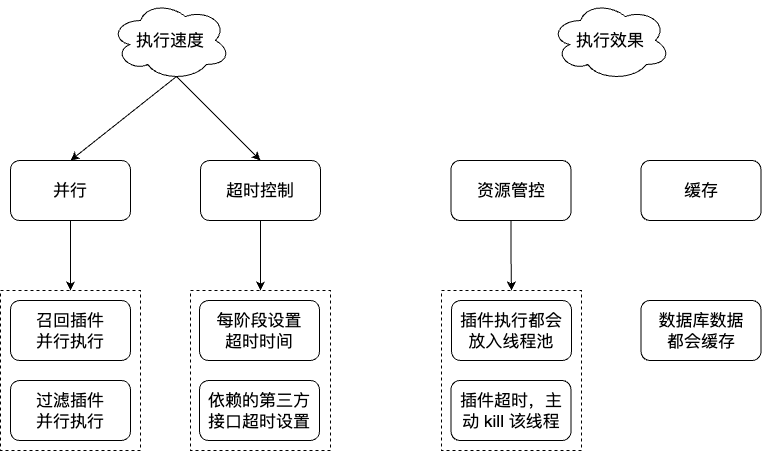
Earlier version of the draw.io export 推荐逻辑之性能控制.png (liujunao/draw-data). Source tidied: cells renumbered, new cells last; positions are measured from the earlier drawing's top-left corner, leaving out a move shared by most shapes. Its diagram source:
```xml
<mxGraphModel>
  <root>
    <mxCell id="0" />
    <mxCell id="1" parent="0" />
    <mxCell id="2" style="rounded=0;whiteSpace=wrap;html=1;dashed=1;" parent="1" vertex="1">
      <mxGeometry x="441" y="290" width="140" height="160" as="geometry" />
    </mxCell>
    <mxCell id="3" style="rounded=0;whiteSpace=wrap;html=1;dashed=1;" parent="1" vertex="1">
      <mxGeometry x="190" y="290" width="140" height="160" as="geometry" />
    </mxCell>
    <mxCell id="4" style="rounded=0;whiteSpace=wrap;html=1;dashed=1;" parent="1" vertex="1">
      <mxGeometry y="290" width="140" height="160" as="geometry" />
    </mxCell>
    <mxCell id="5" style="edgeStyle=orthogonalEdgeStyle;rounded=0;jettySize=auto;html=1;exitX=0.5;exitY=1;exitDx=0;exitDy=0;entryX=0.5;entryY=0;entryDx=0;entryDy=0;" parent="1" edge="1" source="6" target="4">
      <mxGeometry relative="1" as="geometry" />
    </mxCell>
    <mxCell id="6" value="&lt;font size=&quot;3&quot;&gt;并行&lt;/font&gt;" style="rounded=1;whiteSpace=wrap;html=1;" parent="1" vertex="1">
      <mxGeometry x="10" y="160" width="120" height="60" as="geometry" />
    </mxCell>
    <mxCell id="7" style="edgeStyle=orthogonalEdgeStyle;rounded=0;jettySize=auto;html=1;exitX=0.5;exitY=1;exitDx=0;exitDy=0;entryX=0.5;entryY=0;entryDx=0;entryDy=0;" parent="1" edge="1" source="8" target="3">
      <mxGeometry relative="1" as="geometry" />
    </mxCell>
    <mxCell id="8" value="&lt;font size=&quot;3&quot;&gt;超时控制&lt;/font&gt;" style="rounded=1;whiteSpace=wrap;html=1;" parent="1" vertex="1">
      <mxGeometry x="200" y="160" width="120" height="60" as="geometry" />
    </mxCell>
    <mxCell id="9" style="edgeStyle=orthogonalEdgeStyle;rounded=0;jettySize=auto;html=1;exitX=0.5;exitY=1;exitDx=0;exitDy=0;entryX=0.5;entryY=0;entryDx=0;entryDy=0;" parent="1" edge="1" source="10" target="2">
      <mxGeometry relative="1" as="geometry" />
    </mxCell>
    <mxCell id="10" value="&lt;font size=&quot;3&quot;&gt;资源管控&lt;/font&gt;" style="rounded=1;whiteSpace=wrap;html=1;" parent="1" vertex="1">
      <mxGeometry x="450.5" y="160" width="120" height="60" as="geometry" />
    </mxCell>
    <mxCell id="11" value="&lt;font size=&quot;3&quot;&gt;召回插件&lt;br&gt;并行执行&lt;/font&gt;" style="rounded=1;whiteSpace=wrap;html=1;" parent="1" vertex="1">
      <mxGeometry x="10" y="300" width="120" height="60" as="geometry" />
    </mxCell>
    <mxCell id="12" value="&lt;font size=&quot;3&quot;&gt;过滤插件&lt;br&gt;并行执行&lt;/font&gt;" style="rounded=1;whiteSpace=wrap;html=1;" parent="1" vertex="1">
      <mxGeometry x="10" y="380" width="120" height="60" as="geometry" />
    </mxCell>
    <mxCell id="13" value="&lt;font size=&quot;3&quot;&gt;每阶段设置&lt;br&gt;超时时间&lt;/font&gt;" style="rounded=1;whiteSpace=wrap;html=1;" parent="1" vertex="1">
      <mxGeometry x="199" y="300" width="120" height="60" as="geometry" />
    </mxCell>
    <mxCell id="14" value="&lt;font size=&quot;3&quot;&gt;缓存&lt;/font&gt;" style="rounded=1;whiteSpace=wrap;html=1;" parent="1" vertex="1">
      <mxGeometry x="640.5" y="160" width="120" height="60" as="geometry" />
    </mxCell>
    <mxCell id="15" value="&lt;font size=&quot;3&quot;&gt;数据库数据&lt;br&gt;都会缓存&lt;/font&gt;" style="rounded=1;whiteSpace=wrap;html=1;" parent="1" vertex="1">
      <mxGeometry x="640.5" y="300" width="120" height="60" as="geometry" />
    </mxCell>
    <mxCell id="16" style="rounded=0;jettySize=auto;html=1;exitX=0.55;exitY=0.95;exitDx=0;exitDy=0;exitPerimeter=0;entryX=0.5;entryY=0;entryDx=0;entryDy=0;" parent="1" edge="1" source="18" target="6">
      <mxGeometry relative="1" as="geometry" />
    </mxCell>
    <mxCell id="17" style="rounded=0;jettySize=auto;html=1;exitX=0.55;exitY=0.95;exitDx=0;exitDy=0;exitPerimeter=0;entryX=0.5;entryY=0;entryDx=0;entryDy=0;" parent="1" edge="1" source="18" target="8">
      <mxGeometry relative="1" as="geometry" />
    </mxCell>
    <mxCell id="18" value="&lt;font size=&quot;3&quot;&gt;执行速度&lt;/font&gt;" style="ellipse;shape=cloud;whiteSpace=wrap;html=1;" parent="1" vertex="1">
      <mxGeometry x="110" width="120" height="80" as="geometry" />
    </mxCell>
    <mxCell id="19" value="&lt;font size=&quot;3&quot;&gt;依赖的第三方接口超时设置&lt;/font&gt;" style="rounded=1;whiteSpace=wrap;html=1;" parent="1" vertex="1">
      <mxGeometry x="199" y="380" width="120" height="60" as="geometry" />
    </mxCell>
    <mxCell id="20" value="&lt;font size=&quot;3&quot;&gt;执行效果&lt;/font&gt;" style="ellipse;shape=cloud;whiteSpace=wrap;html=1;" parent="1" vertex="1">
      <mxGeometry x="550" width="120" height="80" as="geometry" />
    </mxCell>
    <mxCell id="21" value="&lt;font size=&quot;3&quot;&gt;插件执行都会放入线程池&lt;/font&gt;" style="rounded=1;whiteSpace=wrap;html=1;" parent="1" vertex="1">
      <mxGeometry x="451" y="300" width="120" height="60" as="geometry" />
    </mxCell>
    <mxCell id="22" value="&lt;font size=&quot;3&quot;&gt;插件超时，主动 kill 该线程&lt;/font&gt;" style="rounded=1;whiteSpace=wrap;html=1;" parent="1" vertex="1">
      <mxGeometry x="450.5" y="380" width="120" height="60" as="geometry" />
    </mxCell>
  </root>
</mxGraphModel>
```
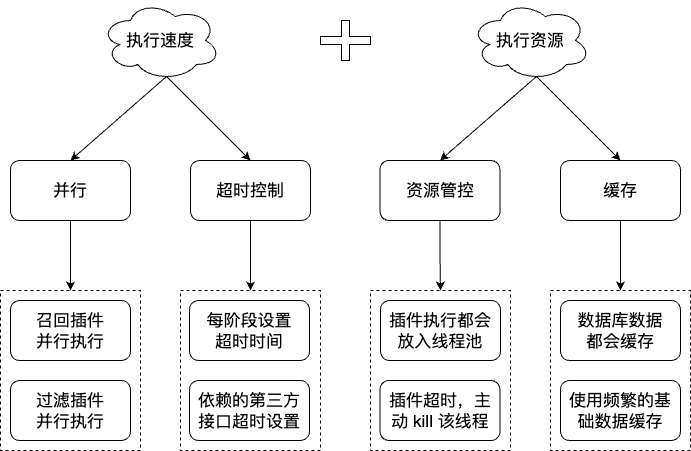
After the commit.

Commit message:
更新推荐逻辑之性能控制.png

Change to the diagram source:
```diff
@@ -2,47 +2,53 @@
   <root>
     <mxCell id="0" />
     <mxCell id="1" parent="0" />
+    <mxCell id="23" style="rounded=0;whiteSpace=wrap;html=1;dashed=1;" parent="1" vertex="1">
+      <mxGeometry x="540" y="290" width="140" height="160" as="geometry" />
+    </mxCell>
     <mxCell id="2" style="rounded=0;whiteSpace=wrap;html=1;dashed=1;" parent="1" vertex="1">
-      <mxGeometry x="441" y="290" width="140" height="160" as="geometry" />
+      <mxGeometry x="360" y="290" width="140" height="160" as="geometry" />
     </mxCell>
     <mxCell id="3" style="rounded=0;whiteSpace=wrap;html=1;dashed=1;" parent="1" vertex="1">
-      <mxGeometry x="190" y="290" width="140" height="160" as="geometry" />
+      <mxGeometry x="170" y="290" width="140" height="160" as="geometry" />
     </mxCell>
     <mxCell id="4" style="rounded=0;whiteSpace=wrap;html=1;dashed=1;" parent="1" vertex="1">
-      <mxGeometry y="290" width="140" height="160" as="geometry" />
+      <mxGeometry x="-10" y="290" width="140" height="160" as="geometry" />
     </mxCell>
     <mxCell id="5" style="edgeStyle=orthogonalEdgeStyle;rounded=0;jettySize=auto;html=1;exitX=0.5;exitY=1;exitDx=0;exitDy=0;entryX=0.5;entryY=0;entryDx=0;entryDy=0;" parent="1" edge="1" source="6" target="4">
       <mxGeometry relative="1" as="geometry" />
     </mxCell>
     <mxCell id="6" value="&lt;font size=&quot;3&quot;&gt;并行&lt;/font&gt;" style="rounded=1;whiteSpace=wrap;html=1;" parent="1" vertex="1">
-      <mxGeometry x="10" y="160" width="120" height="60" as="geometry" />
+      <mxGeometry y="160" width="120" height="60" as="geometry" />
     </mxCell>
     <mxCell id="7" style="edgeStyle=orthogonalEdgeStyle;rounded=0;jettySize=auto;html=1;exitX=0.5;exitY=1;exitDx=0;exitDy=0;entryX=0.5;entryY=0;entryDx=0;entryDy=0;" parent="1" edge="1" source="8" target="3">
       <mxGeometry relative="1" as="geometry" />
     </mxCell>
     <mxCell id="8" value="&lt;font size=&quot;3&quot;&gt;超时控制&lt;/font&gt;" style="rounded=1;whiteSpace=wrap;html=1;" parent="1" vertex="1">
-      <mxGeometry x="200" y="160" width="120" height="60" as="geometry" />
+      <mxGeometry x="180" y="160" width="120" height="60" as="geometry" />
     </mxCell>
     <mxCell id="9" style="edgeStyle=orthogonalEdgeStyle;rounded=0;jettySize=auto;html=1;exitX=0.5;exitY=1;exitDx=0;exitDy=0;entryX=0.5;entryY=0;entryDx=0;entryDy=0;" parent="1" edge="1" source="10" target="2">
       <mxGeometry relative="1" as="geometry" />
     </mxCell>
     <mxCell id="10" value="&lt;font size=&quot;3&quot;&gt;资源管控&lt;/font&gt;" style="rounded=1;whiteSpace=wrap;html=1;" parent="1" vertex="1">
-      <mxGeometry x="450.5" y="160" width="120" height="60" as="geometry" />
+      <mxGeometry x="369.5" y="160" width="120" height="60" as="geometry" />
     </mxCell>
     <mxCell id="11" value="&lt;font size=&quot;3&quot;&gt;召回插件&lt;br&gt;并行执行&lt;/font&gt;" style="rounded=1;whiteSpace=wrap;html=1;" parent="1" vertex="1">
-      <mxGeometry x="10" y="300" width="120" height="60" as="geometry" />
+      <mxGeometry y="300" width="120" height="60" as="geometry" />
     </mxCell>
     <mxCell id="12" value="&lt;font size=&quot;3&quot;&gt;过滤插件&lt;br&gt;并行执行&lt;/font&gt;" style="rounded=1;whiteSpace=wrap;html=1;" parent="1" vertex="1">
-      <mxGeometry x="10" y="380" width="120" height="60" as="geometry" />
+      <mxGeometry y="380" width="120" height="60" as="geometry" />
     </mxCell>
     <mxCell id="13" value="&lt;font size=&quot;3&quot;&gt;每阶段设置&lt;br&gt;超时时间&lt;/font&gt;" style="rounded=1;whiteSpace=wrap;html=1;" parent="1" vertex="1">
-      <mxGeometry x="199" y="300" width="120" height="60" as="geometry" />
+      <mxGeometry x="179" y="300" width="120" height="60" as="geometry" />
     </mxCell>
+    <mxCell id="24" style="edgeStyle=orthogonalEdgeStyle;rounded=0;jettySize=auto;html=1;exitX=0.5;exitY=1;exitDx=0;exitDy=0;entryX=0.5;entryY=0;entryDx=0;entryDy=0;" parent="1" edge="1" source="14" target="23">
+      <mxGeometry relative="1" as="geometry" />
+    </mxCell>
     <mxCell id="14" value="&lt;font size=&quot;3&quot;&gt;缓存&lt;/font&gt;" style="rounded=1;whiteSpace=wrap;html=1;" parent="1" vertex="1">
-      <mxGeometry x="640.5" y="160" width="120" height="60" as="geometry" />
+      <mxGeometry x="550" y="160" width="120" height="60" as="geometry" />
     </mxCell>
     <mxCell id="15" value="&lt;font size=&quot;3&quot;&gt;数据库数据&lt;br&gt;都会缓存&lt;/font&gt;" style="rounded=1;whiteSpace=wrap;html=1;" parent="1" vertex="1">
-      <mxGeometry x="640.5" y="300" width="120" height="60" as="geometry" />
+      <mxGeometry x="550" y="300" width="120" height="60" as="geometry" />
     </mxCell>
     <mxCell id="16" style="rounded=0;jettySize=auto;html=1;exitX=0.55;exitY=0.95;exitDx=0;exitDy=0;exitPerimeter=0;entryX=0.5;entryY=0;entryDx=0;entryDy=0;" parent="1" edge="1" source="18" target="6">
       <mxGeometry relative="1" as="geometry" />
@@ -51,19 +57,31 @@
       <mxGeometry relative="1" as="geometry" />
     </mxCell>
     <mxCell id="18" value="&lt;font size=&quot;3&quot;&gt;执行速度&lt;/font&gt;" style="ellipse;shape=cloud;whiteSpace=wrap;html=1;" parent="1" vertex="1">
-      <mxGeometry x="110" width="120" height="80" as="geometry" />
+      <mxGeometry x="90" width="120" height="80" as="geometry" />
     </mxCell>
     <mxCell id="19" value="&lt;font size=&quot;3&quot;&gt;依赖的第三方接口超时设置&lt;/font&gt;" style="rounded=1;whiteSpace=wrap;html=1;" parent="1" vertex="1">
-      <mxGeometry x="199" y="380" width="120" height="60" as="geometry" />
+      <mxGeometry x="179" y="380" width="120" height="60" as="geometry" />
     </mxCell>
+    <mxCell id="25" style="rounded=0;jettySize=auto;html=1;exitX=0.55;exitY=0.95;exitDx=0;exitDy=0;exitPerimeter=0;entryX=0.5;entryY=0;entryDx=0;entryDy=0;" parent="1" edge="1" source="20" target="10">
+      <mxGeometry relative="1" as="geometry" />
+    </mxCell>
+    <mxCell id="26" style="rounded=0;jettySize=auto;html=1;exitX=0.55;exitY=0.95;exitDx=0;exitDy=0;exitPerimeter=0;entryX=0.5;entryY=0;entryDx=0;entryDy=0;" parent="1" edge="1" source="20" target="14">
+      <mxGeometry relative="1" as="geometry" />
+    </mxCell>
-    <mxCell id="20" value="&lt;font size=&quot;3&quot;&gt;执行效果&lt;/font&gt;" style="ellipse;shape=cloud;whiteSpace=wrap;html=1;" parent="1" vertex="1">
-      <mxGeometry x="550" width="120" height="80" as="geometry" />
+    <mxCell id="20" value="&lt;font size=&quot;3&quot;&gt;执行资源&lt;/font&gt;" style="ellipse;shape=cloud;whiteSpace=wrap;html=1;" parent="1" vertex="1">
+      <mxGeometry x="460" width="120" height="80" as="geometry" />
     </mxCell>
     <mxCell id="21" value="&lt;font size=&quot;3&quot;&gt;插件执行都会放入线程池&lt;/font&gt;" style="rounded=1;whiteSpace=wrap;html=1;" parent="1" vertex="1">
-      <mxGeometry x="451" y="300" width="120" height="60" as="geometry" />
+      <mxGeometry x="370" y="300" width="120" height="60" as="geometry" />
     </mxCell>
     <mxCell id="22" value="&lt;font size=&quot;3&quot;&gt;插件超时，主动 kill 该线程&lt;/font&gt;" style="rounded=1;whiteSpace=wrap;html=1;" parent="1" vertex="1">
-      <mxGeometry x="450.5" y="380" width="120" height="60" as="geometry" />
+      <mxGeometry x="369.5" y="380" width="120" height="60" as="geometry" />
     </mxCell>
+    <mxCell id="27" value="&lt;font size=&quot;3&quot;&gt;使用频繁的基础数据缓存&lt;/font&gt;" style="rounded=1;whiteSpace=wrap;html=1;" parent="1" vertex="1">
+      <mxGeometry x="550" y="380" width="120" height="60" as="geometry" />
+    </mxCell>
+    <mxCell id="28" style="shape=cross;whiteSpace=wrap;html=1;" parent="1" vertex="1">
+      <mxGeometry x="310" y="20" width="50" height="40" as="geometry" />
+    </mxCell>
   </root>
 </mxGraphModel>
```
